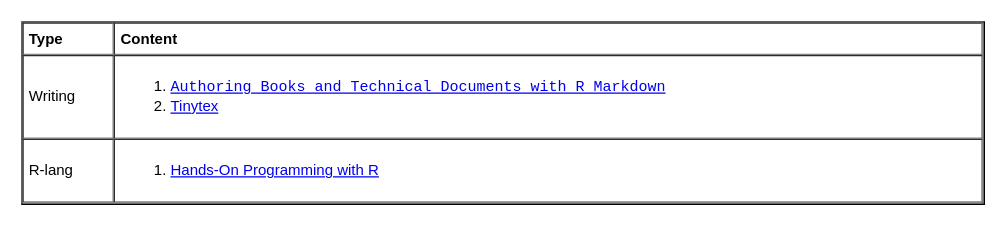
Before: page "References" (7 of 7) of languages/R/R.drawio in yangdj/tf_docs, a draw.io diagram. Source tidied: cells renumbered, new cells numbered last; positions are measured from the earlier drawing's top-left corner, leaving out a move shared by most shapes. Both pictures are drawn from the tidied source at 125%, with x=0, y=0 at pixel (21, 21).
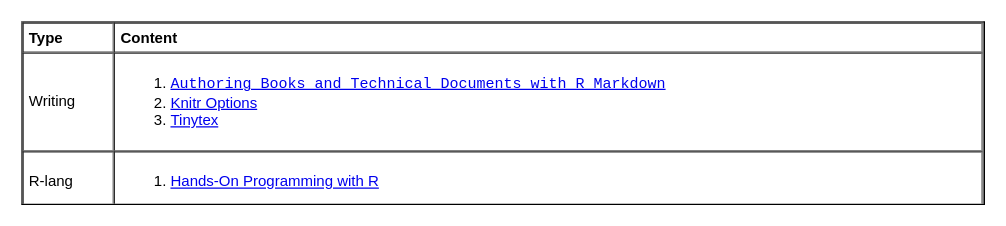
Above is the later version.

Diff of the diagram source:
```diff
@@
 <mxGraphModel>
   <root>
     <mxCell id="0" />
     <mxCell id="1" parent="0" />
-    <mxCell id="2" value="&lt;table cellpadding=&quot;4&quot; cellspacing=&quot;0&quot; border=&quot;1&quot; style=&quot;font-size: 1em ; width: 100% ; height: 100%&quot;&gt;&lt;tbody&gt;&lt;tr&gt;&lt;th&gt;Type&lt;/th&gt;&lt;th&gt;Content&lt;/th&gt;&lt;/tr&gt;&lt;tr&gt;&lt;td&gt;Writing&lt;/td&gt;&lt;td&gt;&lt;ol&gt;&lt;li&gt;&lt;font face=&quot;Courier New&quot;&gt;&lt;a href=&quot;https://bookdown.org/yihui/bookdown/get-started.html&quot;&gt;Authoring Books and Technical Documents with R Markdown&lt;/a&gt;&lt;/font&gt;&lt;br&gt;&lt;/li&gt;&lt;li&gt;&lt;a href=&quot;https://yihui.org/tinytex/&quot;&gt;Tinytex&lt;/a&gt;&lt;/li&gt;&lt;/ol&gt;&lt;/td&gt;&lt;/tr&gt;&lt;tr&gt;&lt;td&gt;R-lang&lt;/td&gt;&lt;td&gt;&lt;ol&gt;&lt;li&gt;&lt;a href=&quot;https://rstudio-education.github.io/hopr/&quot;&gt;Hands-On Programming with R&lt;/a&gt;&lt;br&gt;&lt;/li&gt;&lt;/ol&gt;&lt;/td&gt;&lt;/tr&gt;&lt;/tbody&gt;&lt;/table&gt; " style="verticalAlign=top;align=left;overflow=fill;fontSize=12;fontFamily=Helvetica;html=1;fillColor=none;" parent="1" vertex="1">
+    <mxCell id="2" value="&lt;table cellpadding=&quot;4&quot; cellspacing=&quot;0&quot; border=&quot;1&quot; style=&quot;font-size: 1em ; width: 100% ; height: 100%&quot;&gt;&lt;tbody&gt;&lt;tr&gt;&lt;th&gt;Type&lt;/th&gt;&lt;th&gt;Content&lt;/th&gt;&lt;/tr&gt;&lt;tr&gt;&lt;td&gt;Writing&lt;/td&gt;&lt;td&gt;&lt;ol&gt;&lt;li&gt;&lt;font face=&quot;Courier New&quot;&gt;&lt;a href=&quot;https://bookdown.org/yihui/bookdown/get-started.html&quot;&gt;Authoring Books and Technical Documents with R Markdown&lt;/a&gt;&lt;/font&gt;&lt;br&gt;&lt;/li&gt;&lt;li&gt;&lt;a href=&quot;https://yihui.org/knitr/options/&quot;&gt;Knitr Options&lt;/a&gt;&lt;/li&gt;&lt;li&gt;&lt;a href=&quot;https://yihui.org/tinytex/&quot;&gt;Tinytex&lt;/a&gt;&lt;/li&gt;&lt;/ol&gt;&lt;/td&gt;&lt;/tr&gt;&lt;tr&gt;&lt;td&gt;R-lang&lt;/td&gt;&lt;td&gt;&lt;ol&gt;&lt;li&gt;&lt;a href=&quot;https://rstudio-education.github.io/hopr/&quot;&gt;Hands-On Programming with R&lt;/a&gt;&lt;br&gt;&lt;/li&gt;&lt;/ol&gt;&lt;/td&gt;&lt;/tr&gt;&lt;/tbody&gt;&lt;/table&gt; " style="verticalAlign=top;align=left;overflow=fill;fontSize=12;fontFamily=Helvetica;html=1;fillColor=none;" parent="1" vertex="1">
       <mxGeometry width="770" height="146" as="geometry" />
     </mxCell>
   </root>
 </mxGraphModel>
```
